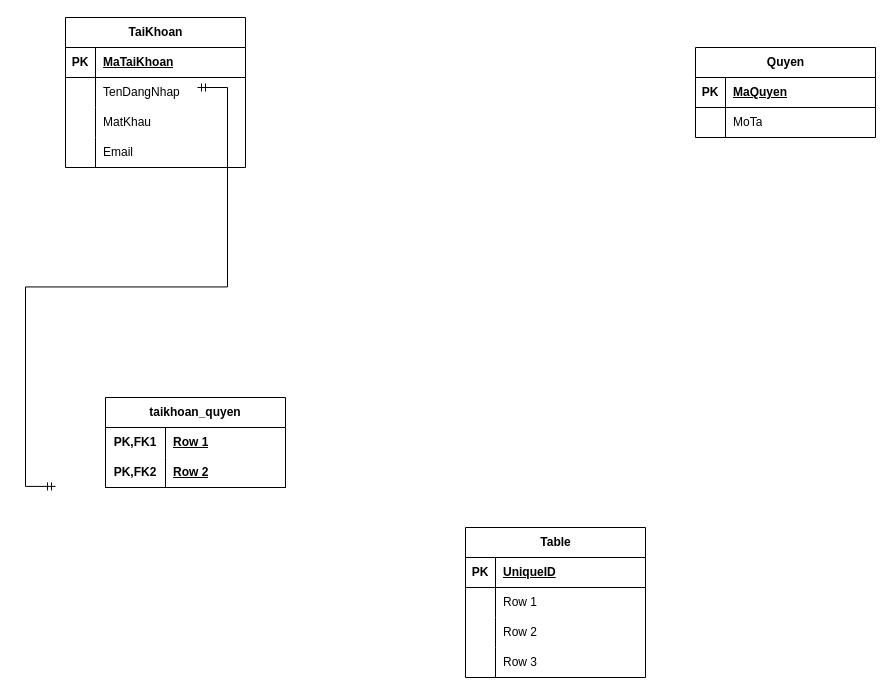
Earlier version of the draw.io diagram eLearningDatabse.drawio (trantrung28122003/database). Source tidied: cells renumbered, new cells numbered last; positions are measured from the earlier drawing's top-left corner, leaving out a move shared by most shapes. Both pictures are drawn from the tidied source at 100%, with x=0, y=0 at pixel (55, 17).
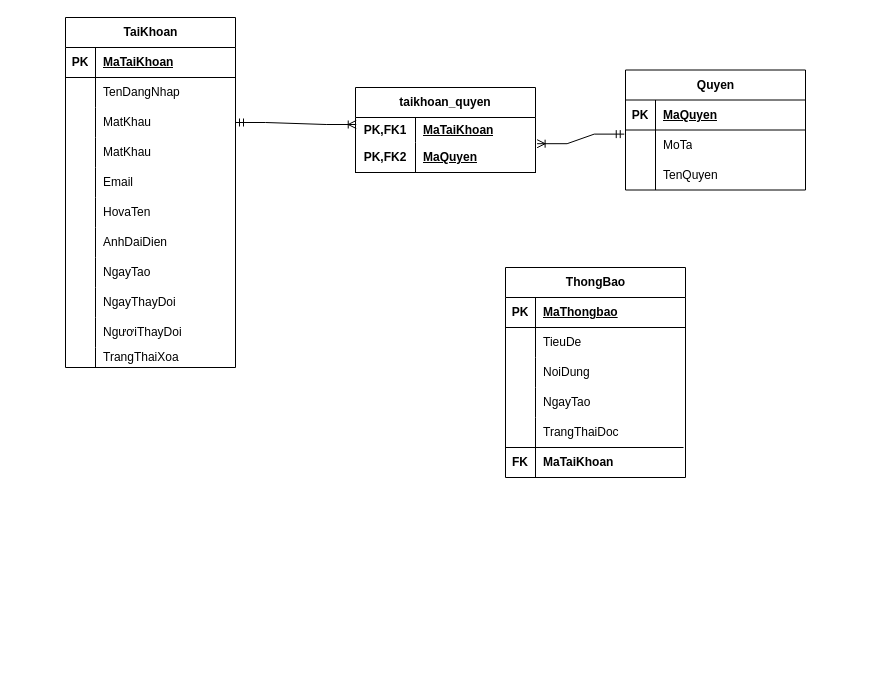
Above is the later version.

Commit message:
Cập nhật eLearningDatabse.drawio

Unchanged cells that the change refers to:
```xml
<mxCell id="19" style="shape=tableRow;horizontal=0;startSize=0;swimlaneHead=0;swimlaneBody=0;fillColor=none;points=[[0,0.5],[1,0.5]];portConstraint=eastwest;top=0;left=0;right=0;bottom=0;" parent="15" vertex="1">
  <mxGeometry y="60" width="180" height="30" as="geometry" />
</mxCell>
<mxCell id="31" style="shape=tableRow;horizontal=0;startSize=0;swimlaneHead=0;swimlaneBody=0;fillColor=none;top=0;left=0;right=0;bottom=1;" parent="30" vertex="1">
  <mxGeometry y="30" width="180" height="30" as="geometry" />
</mxCell>
<mxCell id="34" style="shape=tableRow;horizontal=0;startSize=0;swimlaneHead=0;swimlaneBody=0;fillColor=none;top=0;left=0;right=0;bottom=0;" parent="30" vertex="1">
  <mxGeometry y="60" width="180" height="30" as="geometry" />
</mxCell>
<mxCell id="37" style="shape=tableRow;horizontal=0;startSize=0;swimlaneHead=0;swimlaneBody=0;fillColor=none;top=0;left=0;right=0;bottom=0;" parent="30" vertex="1">
  <mxGeometry y="90" width="180" height="30" as="geometry" />
</mxCell>
<mxCell id="40" style="shape=tableRow;horizontal=0;startSize=0;swimlaneHead=0;swimlaneBody=0;fillColor=none;top=0;left=0;right=0;bottom=0;" parent="30" vertex="1">
  <mxGeometry y="120" width="180" height="30" as="geometry" />
</mxCell>
```

Change to the diagram source:
```diff
@@
     <mxCell id="2" value="TaiKhoan" style="shape=table;startSize=30;childLayout=tableLayout;rowLines=0;fontStyle=1;align=center;html=1;" parent="1" vertex="1">
-      <mxGeometry x="10" width="180" height="150" as="geometry" />
+      <mxGeometry x="10" width="170" height="350" as="geometry" />
     </mxCell>
     <mxCell id="3" style="shape=tableRow;horizontal=0;startSize=0;swimlaneHead=0;swimlaneBody=0;fillColor=none;top=0;left=0;right=0;bottom=1;" parent="2" vertex="1">
-      <mxGeometry y="30" width="180" height="30" as="geometry" />
+      <mxGeometry y="30" width="170" height="30" as="geometry" />
     </mxCell>
@@
     <mxCell id="5" value="MaTaiKhoan" style="shape=partialRectangle;fillColor=none;top=0;left=0;bottom=0;right=0;align=left;spacingLeft=6;fontStyle=5;overflow=hidden;whiteSpace=wrap;html=1;" parent="3" vertex="1">
-      <mxGeometry x="30" width="150" height="30" as="geometry" />
+      <mxGeometry x="30" width="140" height="30" as="geometry" />
     </mxCell>
     <mxCell id="6" style="shape=tableRow;horizontal=0;startSize=0;swimlaneHead=0;swimlaneBody=0;fillColor=none;top=0;left=0;right=0;bottom=0;" parent="2" vertex="1">
-      <mxGeometry y="60" width="180" height="30" as="geometry" />
+      <mxGeometry y="60" width="170" height="30" as="geometry" />
     </mxCell>
@@
     <mxCell id="8" value="TenDangNhap" style="shape=partialRectangle;fillColor=none;top=0;left=0;bottom=0;right=0;align=left;spacingLeft=6;overflow=hidden;whiteSpace=wrap;html=1;" parent="6" vertex="1">
-      <mxGeometry x="30" width="150" height="30" as="geometry" />
+      <mxGeometry x="30" width="140" height="30" as="geometry" />
     </mxCell>
     <mxCell id="9" style="shape=tableRow;horizontal=0;startSize=0;swimlaneHead=0;swimlaneBody=0;fillColor=none;points=[[0,0.5],[1,0.5]];portConstraint=eastwest;top=0;left=0;right=0;bottom=0;" parent="2" vertex="1">
-      <mxGeometry y="90" width="180" height="30" as="geometry" />
+      <mxGeometry y="90" width="170" height="30" as="geometry" />
     </mxCell>
@@
     <mxCell id="11" value="MatKhau" style="shape=partialRectangle;fillColor=none;top=0;left=0;bottom=0;right=0;align=left;spacingLeft=6;overflow=hidden;whiteSpace=wrap;html=1;" parent="9" vertex="1">
-      <mxGeometry x="30" width="150" height="30" as="geometry" />
+      <mxGeometry x="30" width="140" height="30" as="geometry" />
     </mxCell>
+    <mxCell id="43" style="shape=tableRow;horizontal=0;startSize=0;swimlaneHead=0;swimlaneBody=0;fillColor=none;top=0;left=0;right=0;bottom=0;" parent="2" vertex="1">
+      <mxGeometry y="120" width="170" height="30" as="geometry" />
+    </mxCell>
+    <mxCell id="44" style="shape=partialRectangle;fillColor=none;top=0;left=0;bottom=0;right=0;overflow=hidden;whiteSpace=wrap;html=1;" parent="43" vertex="1">
+      <mxGeometry width="30" height="30" as="geometry" />
+    </mxCell>
+    <mxCell id="45" value="MatKhau" style="shape=partialRectangle;fillColor=none;top=0;left=0;bottom=0;right=0;align=left;spacingLeft=6;overflow=hidden;whiteSpace=wrap;html=1;" parent="43" vertex="1">
+      <mxGeometry x="30" width="140" height="30" as="geometry" />
+    </mxCell>
     <mxCell id="12" style="shape=tableRow;horizontal=0;startSize=0;swimlaneHead=0;swimlaneBody=0;fillColor=none;top=0;left=0;right=0;bottom=0;" parent="2" vertex="1">
-      <mxGeometry y="120" width="180" height="30" as="geometry" />
+      <mxGeometry y="150" width="170" height="30" as="geometry" />
     </mxCell>
@@
     <mxCell id="14" value="Email" style="shape=partialRectangle;fillColor=none;top=0;left=0;bottom=0;right=0;align=left;spacingLeft=6;overflow=hidden;whiteSpace=wrap;html=1;" parent="12" vertex="1">
-      <mxGeometry x="30" width="150" height="30" as="geometry" />
+      <mxGeometry x="30" width="140" height="30" as="geometry" />
     </mxCell>
+    <mxCell id="46" style="shape=tableRow;horizontal=0;startSize=0;swimlaneHead=0;swimlaneBody=0;fillColor=none;top=0;left=0;right=0;bottom=0;" parent="2" vertex="1">
+      <mxGeometry y="180" width="170" height="30" as="geometry" />
+    </mxCell>
+    <mxCell id="47" style="shape=partialRectangle;fillColor=none;top=0;left=0;bottom=0;right=0;overflow=hidden;whiteSpace=wrap;html=1;" parent="46" vertex="1">
+      <mxGeometry width="30" height="30" as="geometry" />
+    </mxCell>
+    <mxCell id="48" value="HovaTen" style="shape=partialRectangle;fillColor=none;top=0;left=0;bottom=0;right=0;align=left;spacingLeft=6;overflow=hidden;whiteSpace=wrap;html=1;" parent="46" vertex="1">
+      <mxGeometry x="30" width="140" height="30" as="geometry" />
+    </mxCell>
+    <mxCell id="49" style="shape=tableRow;horizontal=0;startSize=0;swimlaneHead=0;swimlaneBody=0;fillColor=none;top=0;left=0;right=0;bottom=0;" parent="2" vertex="1">
+      <mxGeometry y="210" width="170" height="30" as="geometry" />
+    </mxCell>
+    <mxCell id="50" style="shape=partialRectangle;fillColor=none;top=0;left=0;bottom=0;right=0;overflow=hidden;whiteSpace=wrap;html=1;" parent="49" vertex="1">
+      <mxGeometry width="30" height="30" as="geometry" />
+    </mxCell>
+    <mxCell id="51" value="AnhDaiDien" style="shape=partialRectangle;fillColor=none;top=0;left=0;bottom=0;right=0;align=left;spacingLeft=6;overflow=hidden;whiteSpace=wrap;html=1;" parent="49" vertex="1">
+      <mxGeometry x="30" width="140" height="30" as="geometry" />
+    </mxCell>
+    <mxCell id="52" style="shape=tableRow;horizontal=0;startSize=0;swimlaneHead=0;swimlaneBody=0;fillColor=none;top=0;left=0;right=0;bottom=0;" parent="2" vertex="1">
+      <mxGeometry y="240" width="170" height="30" as="geometry" />
+    </mxCell>
+    <mxCell id="53" style="shape=partialRectangle;fillColor=none;top=0;left=0;bottom=0;right=0;overflow=hidden;whiteSpace=wrap;html=1;" parent="52" vertex="1">
+      <mxGeometry width="30" height="30" as="geometry" />
+    </mxCell>
+    <mxCell id="54" value="NgayTao" style="shape=partialRectangle;fillColor=none;top=0;left=0;bottom=0;right=0;align=left;spacingLeft=6;overflow=hidden;whiteSpace=wrap;html=1;" parent="52" vertex="1">
+      <mxGeometry x="30" width="140" height="30" as="geometry" />
+    </mxCell>
+    <mxCell id="55" style="shape=tableRow;horizontal=0;startSize=0;swimlaneHead=0;swimlaneBody=0;fillColor=none;top=0;left=0;right=0;bottom=0;" parent="2" vertex="1">
+      <mxGeometry y="270" width="170" height="30" as="geometry" />
+    </mxCell>
+    <mxCell id="56" style="shape=partialRectangle;fillColor=none;top=0;left=0;bottom=0;right=0;overflow=hidden;whiteSpace=wrap;html=1;" parent="55" vertex="1">
+      <mxGeometry width="30" height="30" as="geometry" />
+    </mxCell>
+    <mxCell id="57" value="NgayThayDoi" style="shape=partialRectangle;fillColor=none;top=0;left=0;bottom=0;right=0;align=left;spacingLeft=6;overflow=hidden;whiteSpace=wrap;html=1;" parent="55" vertex="1">
+      <mxGeometry x="30" width="140" height="30" as="geometry" />
+    </mxCell>
+    <mxCell id="58" style="shape=tableRow;horizontal=0;startSize=0;swimlaneHead=0;swimlaneBody=0;fillColor=none;top=0;left=0;right=0;bottom=0;" parent="2" vertex="1">
+      <mxGeometry y="300" width="170" height="30" as="geometry" />
+    </mxCell>
+    <mxCell id="59" style="shape=partialRectangle;fillColor=none;top=0;left=0;bottom=0;right=0;overflow=hidden;whiteSpace=wrap;html=1;" parent="58" vertex="1">
+      <mxGeometry width="30" height="30" as="geometry" />
+    </mxCell>
+    <mxCell id="60" value="NgươiThayDoi" style="shape=partialRectangle;fillColor=none;top=0;left=0;bottom=0;right=0;align=left;spacingLeft=6;overflow=hidden;whiteSpace=wrap;html=1;" parent="58" vertex="1">
+      <mxGeometry x="30" width="140" height="30" as="geometry" />
+    </mxCell>
+    <mxCell id="61" style="shape=tableRow;horizontal=0;startSize=0;swimlaneHead=0;swimlaneBody=0;fillColor=none;top=0;left=0;right=0;bottom=0;" parent="2" vertex="1">
+      <mxGeometry y="330" width="170" height="20" as="geometry" />
+    </mxCell>
+    <mxCell id="62" style="shape=partialRectangle;fillColor=none;top=0;left=0;bottom=0;right=0;overflow=hidden;whiteSpace=wrap;html=1;" parent="61" vertex="1">
+      <mxGeometry width="30" height="20" as="geometry" />
+    </mxCell>
+    <mxCell id="63" value="TrangThaiXoa" style="shape=partialRectangle;fillColor=none;top=0;left=0;bottom=0;right=0;align=left;spacingLeft=6;overflow=hidden;whiteSpace=wrap;html=1;" parent="61" vertex="1">
+      <mxGeometry x="30" width="140" height="20" as="geometry" />
+    </mxCell>
     <mxCell id="15" value="Quyen" style="shape=table;startSize=30;childLayout=tableLayout;rowLines=0;fontStyle=1;align=center;html=1;" parent="1" vertex="1">
-      <mxGeometry x="640" y="30" width="180" height="90" as="geometry" />
+      <mxGeometry x="570" y="52.5" width="180" height="120" as="geometry" />
     </mxCell>
@@
+    <mxCell id="64" style="shape=tableRow;horizontal=0;startSize=0;swimlaneHead=0;swimlaneBody=0;fillColor=none;top=0;left=0;right=0;bottom=0;" parent="15" vertex="1">
+      <mxGeometry y="90" width="180" height="30" as="geometry" />
+    </mxCell>
+    <mxCell id="65" style="shape=partialRectangle;fillColor=none;top=0;left=0;bottom=0;right=0;overflow=hidden;whiteSpace=wrap;html=1;" parent="64" vertex="1">
+      <mxGeometry width="30" height="30" as="geometry" />
+    </mxCell>
+    <mxCell id="66" value="TenQuyen" style="shape=partialRectangle;fillColor=none;top=0;left=0;bottom=0;right=0;align=left;spacingLeft=6;overflow=hidden;whiteSpace=wrap;html=1;" parent="64" vertex="1">
+      <mxGeometry x="30" width="150" height="30" as="geometry" />
+    </mxCell>
     <mxCell id="22" value="taikhoan_quyen" style="shape=table;startSize=30;childLayout=tableLayout;rowLines=0;fontStyle=1;align=center;html=1;whiteSpace=wrap;" parent="1" vertex="1">
-      <mxGeometry x="50" y="380" width="180" height="90" as="geometry" />
+      <mxGeometry x="300" y="70" width="180" height="85" as="geometry" />
     </mxCell>
     <mxCell id="23" style="shape=tableRow;horizontal=0;startSize=0;swimlaneHead=0;swimlaneBody=0;fillColor=none;points=[[0,0.5],[1,0.5]];portConstraint=eastwest;top=0;left=0;right=0;bottom=0;html=1;" parent="22" vertex="1">
-      <mxGeometry y="30" width="180" height="30" as="geometry" />
+      <mxGeometry y="30" width="180" height="25" as="geometry" />
     </mxCell>
     <mxCell id="24" value="PK,FK1" style="shape=partialRectangle;fillColor=none;top=0;left=0;bottom=0;right=0;fontStyle=1;overflow=hidden;html=1;whiteSpace=wrap;" parent="23" vertex="1">
-      <mxGeometry width="60" height="30" as="geometry" />
+      <mxGeometry width="60" height="25" as="geometry" />
     </mxCell>
-    <mxCell id="25" value="Row 1" style="shape=partialRectangle;fillColor=none;top=0;left=0;bottom=0;right=0;align=left;spacingLeft=6;fontStyle=5;overflow=hidden;html=1;whiteSpace=wrap;" parent="23" vertex="1">
-      <mxGeometry x="60" width="120" height="30" as="geometry" />
+    <mxCell id="25" value="MaTaiKhoan" style="shape=partialRectangle;fillColor=none;top=0;left=0;bottom=0;right=0;align=left;spacingLeft=6;fontStyle=5;overflow=hidden;html=1;whiteSpace=wrap;" parent="23" vertex="1">
+      <mxGeometry x="60" width="120" height="25" as="geometry" />
     </mxCell>
     <mxCell id="26" style="shape=tableRow;horizontal=0;startSize=0;swimlaneHead=0;swimlaneBody=0;fillColor=none;points=[[0,0.5],[1,0.5]];portConstraint=eastwest;top=0;left=0;right=0;bottom=1;html=1;" parent="22" vertex="1">
-      <mxGeometry y="60" width="180" height="30" as="geometry" />
+      <mxGeometry y="55" width="180" height="30" as="geometry" />
     </mxCell>
@@
-    <mxCell id="28" value="Row 2" style="shape=partialRectangle;fillColor=none;top=0;left=0;bottom=0;right=0;align=left;spacingLeft=6;fontStyle=5;overflow=hidden;html=1;whiteSpace=wrap;" parent="26" vertex="1">
+    <mxCell id="28" value="MaQuyen" style="shape=partialRectangle;fillColor=none;top=0;left=0;bottom=0;right=0;align=left;spacingLeft=6;fontStyle=5;overflow=hidden;html=1;whiteSpace=wrap;" parent="26" vertex="1">
       <mxGeometry x="60" width="120" height="30" as="geometry" />
     </mxCell>
-    <mxCell id="29" style="edgeStyle=entityRelationEdgeStyle;fontSize=12;html=1;endArrow=ERmandOne;startArrow=ERmandOne;rounded=0;entryX=-0.011;entryY=0.129;entryDx=0;entryDy=0;entryPerimeter=0;exitX=1;exitY=0.5;exitDx=0;exitDy=0;" parent="1" edge="1">
-      <mxGeometry relative="1" as="geometry">
-        <mxPoint x="142" y="70" as="sourcePoint" />
-        <mxPoint y="468.9" as="targetPoint" />
-        <Array as="points">
-          <mxPoint x="212" y="295" />
-          <mxPoint x="90" y="170" />
-          <mxPoint x="70" y="220" />
-          <mxPoint x="252" y="25" />
-          <mxPoint x="262" y="145" />
-          <mxPoint x="232" y="225" />
-        </Array>
-      </mxGeometry>
-    </mxCell>
-    <mxCell id="30" value="Table" style="shape=table;startSize=30;childLayout=tableLayout;rowLines=0;fontStyle=1;align=center;html=1;" parent="1" vertex="1">
-      <mxGeometry x="410" y="510" width="180" height="150" as="geometry" />
+    <mxCell id="30" value="ThongBao" style="shape=table;startSize=30;childLayout=tableLayout;rowLines=0;fontStyle=1;align=center;html=1;" parent="1" vertex="1">
+      <mxGeometry x="450" y="250" width="180" height="210" as="geometry" />
     </mxCell>
@@
-    <mxCell id="33" value="UniqueID" style="shape=partialRectangle;fillColor=none;top=0;left=0;bottom=0;right=0;align=left;spacingLeft=6;fontStyle=5;overflow=hidden;whiteSpace=wrap;html=1;" parent="31" vertex="1">
+    <mxCell id="33" value="MaThongbao" style="shape=partialRectangle;fillColor=none;top=0;left=0;bottom=0;right=0;align=left;spacingLeft=6;fontStyle=5;overflow=hidden;whiteSpace=wrap;html=1;" parent="31" vertex="1">
       <mxGeometry x="30" width="150" height="30" as="geometry" />
     </mxCell>
@@
-    <mxCell id="36" value="Row 1" style="shape=partialRectangle;fillColor=none;top=0;left=0;bottom=0;right=0;align=left;spacingLeft=6;overflow=hidden;whiteSpace=wrap;html=1;" parent="34" vertex="1">
+    <mxCell id="36" value="TieuDe" style="shape=partialRectangle;fillColor=none;top=0;left=0;bottom=0;right=0;align=left;spacingLeft=6;overflow=hidden;whiteSpace=wrap;html=1;" parent="34" vertex="1">
       <mxGeometry x="30" width="150" height="30" as="geometry" />
     </mxCell>
@@
-    <mxCell id="39" value="Row 2" style="shape=partialRectangle;fillColor=none;top=0;left=0;bottom=0;right=0;align=left;spacingLeft=6;overflow=hidden;whiteSpace=wrap;html=1;" parent="37" vertex="1">
+    <mxCell id="39" value="NoiDung" style="shape=partialRectangle;fillColor=none;top=0;left=0;bottom=0;right=0;align=left;spacingLeft=6;overflow=hidden;whiteSpace=wrap;html=1;" parent="37" vertex="1">
       <mxGeometry x="30" width="150" height="30" as="geometry" />
     </mxCell>
@@
-    <mxCell id="42" value="Row 3" style="shape=partialRectangle;fillColor=none;top=0;left=0;bottom=0;right=0;align=left;spacingLeft=6;overflow=hidden;whiteSpace=wrap;html=1;" parent="40" vertex="1">
+    <mxCell id="42" value="NgayTao" style="shape=partialRectangle;fillColor=none;top=0;left=0;bottom=0;right=0;align=left;spacingLeft=6;overflow=hidden;whiteSpace=wrap;html=1;" parent="40" vertex="1">
       <mxGeometry x="30" width="150" height="30" as="geometry" />
     </mxCell>
+    <mxCell id="67" style="shape=tableRow;horizontal=0;startSize=0;swimlaneHead=0;swimlaneBody=0;fillColor=none;top=0;left=0;right=0;bottom=0;" parent="30" vertex="1">
+      <mxGeometry y="150" width="180" height="30" as="geometry" />
+    </mxCell>
+    <mxCell id="68" style="shape=partialRectangle;fillColor=none;top=0;left=0;bottom=0;right=0;overflow=hidden;whiteSpace=wrap;html=1;" parent="67" vertex="1">
+      <mxGeometry width="30" height="30" as="geometry" />
+    </mxCell>
+    <mxCell id="69" value="TrangThaiDoc" style="shape=partialRectangle;fillColor=none;top=0;left=0;bottom=0;right=0;align=left;spacingLeft=6;overflow=hidden;whiteSpace=wrap;html=1;" parent="67" vertex="1">
+      <mxGeometry x="30" width="150" height="30" as="geometry" />
+    </mxCell>
+    <mxCell id="70" style="shape=tableRow;horizontal=0;startSize=0;swimlaneHead=0;swimlaneBody=0;fillColor=none;top=0;left=0;right=0;bottom=0;" parent="30" vertex="1">
+      <mxGeometry y="180" width="180" height="30" as="geometry" />
+    </mxCell>
+    <mxCell id="71" value="&lt;b&gt;FK&lt;/b&gt;" style="shape=partialRectangle;fillColor=none;top=0;left=0;bottom=0;right=0;overflow=hidden;whiteSpace=wrap;html=1;" parent="70" vertex="1">
+      <mxGeometry width="30" height="30" as="geometry" />
+    </mxCell>
+    <mxCell id="72" value="MaTaiKhoan" style="shape=partialRectangle;fillColor=none;top=0;left=0;bottom=0;right=0;align=left;spacingLeft=6;overflow=hidden;whiteSpace=wrap;html=1;fontStyle=1;" parent="70" vertex="1">
+      <mxGeometry x="30" width="150" height="30" as="geometry" />
+    </mxCell>
+    <mxCell id="73" style="edgeStyle=entityRelationEdgeStyle;fontSize=12;html=1;endArrow=ERoneToMany;startArrow=ERmandOne;rounded=0;exitX=1;exitY=0.5;exitDx=0;exitDy=0;entryX=0.004;entryY=0.28;entryDx=0;entryDy=0;entryPerimeter=0;" parent="1" edge="1" source="9" target="23">
+      <mxGeometry relative="1" as="geometry">
+        <Array as="points">
+          <mxPoint x="270" y="110" />
+        </Array>
+      </mxGeometry>
+    </mxCell>
+    <mxCell id="74" style="edgeStyle=entityRelationEdgeStyle;fontSize=12;html=1;endArrow=ERoneToMany;startArrow=ERmandOne;rounded=0;entryX=1.009;entryY=0.04;entryDx=0;entryDy=0;entryPerimeter=0;exitX=-0.007;exitY=0.137;exitDx=0;exitDy=0;exitPerimeter=0;" parent="1" edge="1" source="19" target="26">
+      <mxGeometry relative="1" as="geometry">
+        <Array as="points">
+          <mxPoint x="550" y="112" />
+          <mxPoint x="540" y="140" />
+          <mxPoint x="530" y="126" />
+        </Array>
+      </mxGeometry>
+    </mxCell>
+    <mxCell id="75" style="endArrow=none;html=1;rounded=0;" parent="1" edge="1">
+      <mxGeometry relative="1" as="geometry">
+        <mxPoint x="450" y="430" as="sourcePoint" />
+        <mxPoint x="628" y="430" as="targetPoint" />
+      </mxGeometry>
+    </mxCell>
```
